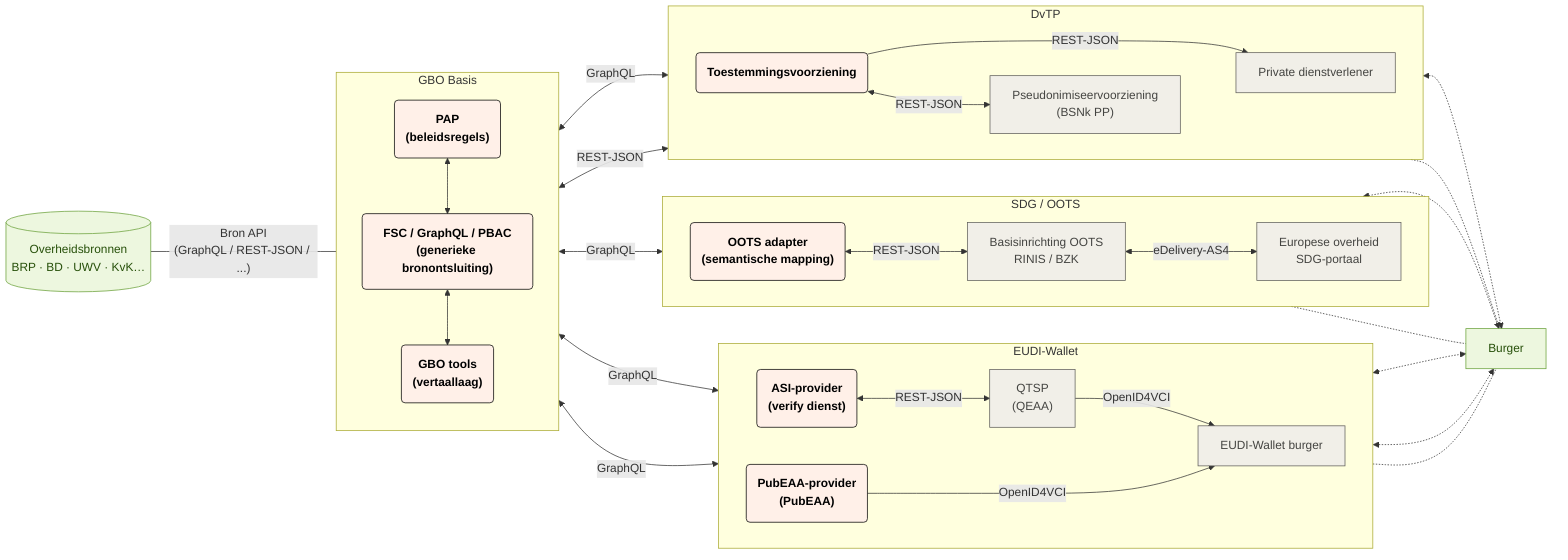
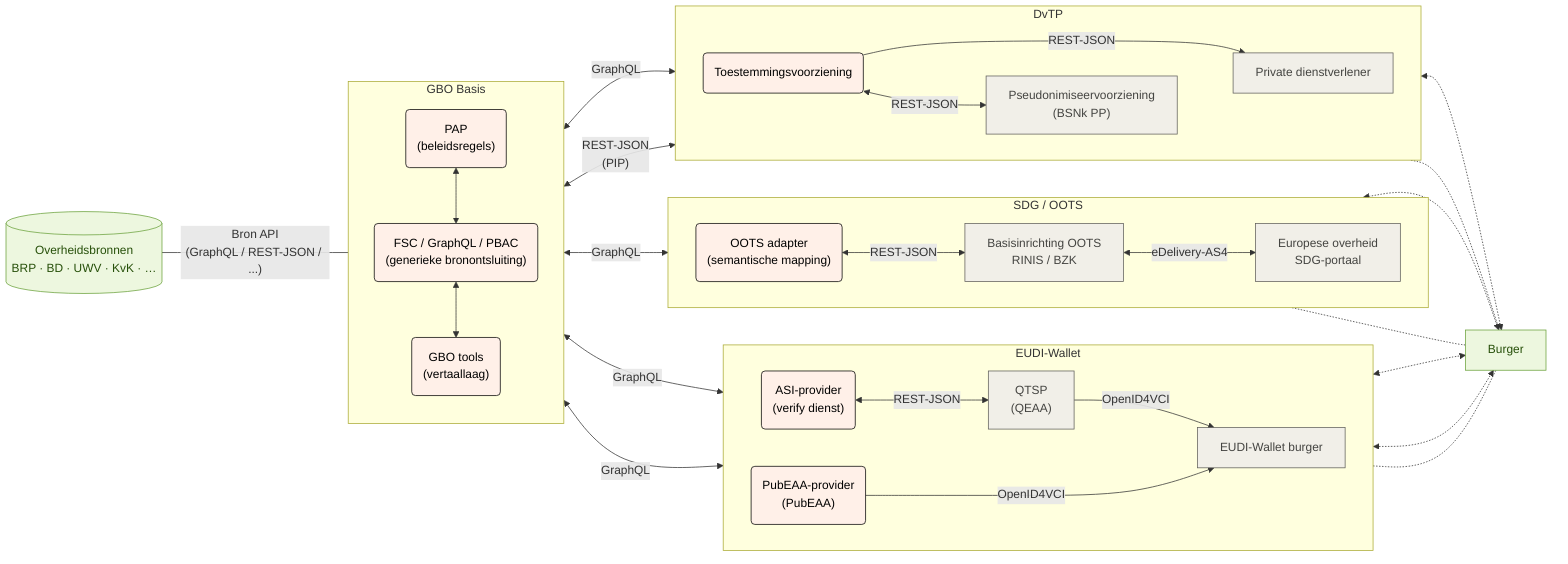
flowchart LR
  subgraph gbo["GBO Basis"]
    direction TB
-         fsc_pap("`**PAP<br/>(beleidsregels)**`")
-         fsc("`**FSC / GraphQL / PBAC<br/>(generieke bronontsluiting)**`")
-         fsc_tools("`**GBO tools<br/>(vertaallaag)**`")
+         fsc_pap("PAP<br/>(beleidsregels)")
+         fsc("FSC / GraphQL / PBAC<br/>(generieke bronontsluiting)")
+         fsc_tools("GBO tools<br/>(vertaallaag)")
  end
  subgraph eudi["EUDI-Wallet"]
    direction LR
-         eudi_asi("`**ASI-provider<br/>(verify dienst)**`")
-         eudi_pubeaa("`**PubEAA-provider<br/>(PubEAA)**`")
+         eudi_asi("ASI-provider<br/>(verify dienst)")
+         eudi_pubeaa("PubEAA-provider<br/>(PubEAA)")
        eudi_qeaa["QTSP<br/>(QEAA)"]
        eudi_wallet["EUDI-Wallet burger"]
  end
  subgraph oots["SDG / OOTS"]
    direction LR
-         oots_adapter("`**OOTS adapter<br/>(semantische mapping)**`")
+         oots_adapter("OOTS adapter<br/>(semantische mapping)")
        oots_basis["Basisinrichting OOTS<br/>RINIS / BZK"]
        oots_afnemer["Europese overheid<br/>SDG-portaal"]
  end
  subgraph dvtp["DvTP"]
    direction LR
-         dvtp_toestemming("`**Toestemmingsvoorziening**`")
+         dvtp_toestemming("Toestemmingsvoorziening")
        dvtp_pseudoniem["Pseudonimiseervoorziening<br/>(BSNk PP)"]
        dvtp_afnemer["Private dienstverlener"]
  end

  fsc_pap <--> fsc
  fsc <--> fsc_tools
-   bron[("Overheidsbronnen<br/>BRP · BD · UWV · KvK…")] -- Bron API<br/>(GraphQL / REST-JSON / ...) --- gbo
+   bron[("Overheidsbronnen<br/>BRP · BD · UWV · KvK · …")] -- Bron API<br/>(GraphQL / REST-JSON / ...) --- gbo
  eudi_asi <-- REST-JSON --> eudi_qeaa
  eudi_qeaa -- OpenID4VCI --> eudi_wallet
  gbo <-- GraphQL --> eudi_asi & eudi_pubeaa & oots_adapter & dvtp_afnemer
  eudi_pubeaa -- OpenID4VCI ---> eudi_wallet
  oots_adapter <-- REST-JSON --> oots_basis
  oots_basis <-- eDelivery-AS4 --> oots_afnemer
-   gbo <-- REST-JSON --> dvtp_toestemming
+   gbo <-- REST-JSON<br/>(PIP) --> dvtp_toestemming
  dvtp_toestemming -- REST-JSON --> dvtp_afnemer
  dvtp_toestemming <-- REST-JSON --> dvtp_pseudoniem
  dvtp_pseudoniem ~~~ dvtp_afnemer
  dvtp_toestemming <-.-> burger
  oots_basis <-.-> burger
  eudi_asi <-.-> burger
  eudi_pubeaa <-.-> burger
  eudi_wallet -.- burger["Burger"]
  oots_afnemer -.- burger
  dvtp_afnemer -.- burger

  fsc_pap:::gbo
  fsc:::gbo
  fsc_tools:::gbo
  eudi_asi:::gbo
  eudi_pubeaa:::gbo
  eudi_qeaa:::eudi
  eudi_wallet:::eudi
  oots_adapter:::gbo
  oots_basis:::oots
  oots_afnemer:::oots
  dvtp_toestemming:::gbo
  dvtp_pseudoniem:::dvtp
  dvtp_afnemer:::dvtp
  bron:::bron
  burger:::burger

  classDef bron fill:#edf7df,stroke:#6aa13a,color:#27500a
  classDef generiek fill:#f1efe8,stroke:#5f5e5a,color:#444441
  classDef eudi fill:#f1efe8,stroke:#5f5e5a,color:#444441
  classDef oots fill:#f1efe8,stroke:#5f5e5a,color:#444441
  classDef dvtp fill:#f1efe8,stroke:#5f5e5a,color:#444441
  classDef gbo fill:#fff0e8,stroke:#000000,color:#000000
  classDef burger fill:#edf7df,stroke:#6aa13a,color:#27500a
